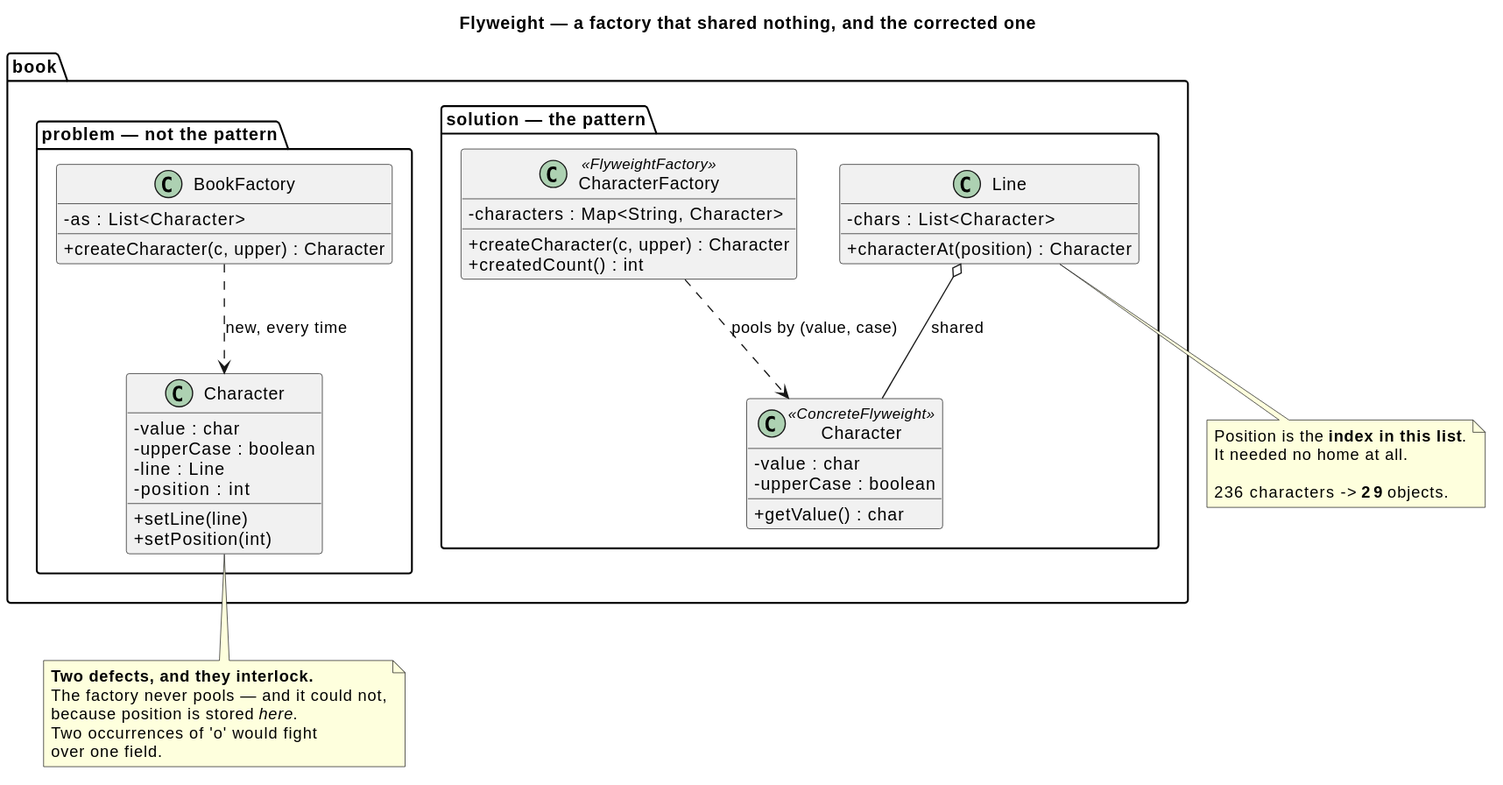
kaldiroglu/DesignPatternsWithJava keeps this PlantUML diagram as src/main/java/dev/kaldiroglu/dp/structural/flyweight/book/uml/Flyweight - Book - Class Diagram.svg. Above is the earlier version. Source of this version:
```plantuml
@startuml
skinparam classAttributeIconSize 0
hide empty members
title Flyweight — a factory that shared nothing, and the corrected one


package "book.problem — not the pattern" {
  class "Character" as PC {
    - value : char
    - upperCase : boolean
    - line : Line
    - position : int
    + setLine(line)
    + setPosition(int)
  }
  class "BookFactory" as PF {
    - as : List<Character>
    + createCharacter(c, upper) : Character
  }
  PF ..> PC : "new, every time"
}

package "book.solution — the pattern" {
  class "Character" as SC <<ConcreteFlyweight>> {
    - value : char
    - upperCase : boolean
    + getValue() : char
  }
  class "CharacterFactory" as SF <<FlyweightFactory>> {
    - characters : Map<String, Character>
    + createCharacter(c, upper) : Character
    + createdCount() : int
  }
  class "Line" as SL {
    - chars : List<Character>
    + characterAt(position) : Character
  }
  SF ..> SC : "pools by (value, case)"
  SL o-- SC : "shared"
}

note bottom of PC
  <b>Two defects, and they interlock.</b>
  The factory never pools — and it could not,
  because position is stored <i>here</i>.
  Two occurrences of 'o' would fight
  over one field.
end note

note bottom of SL
  Position is the <b>index in this list</b>.
  It needed no home at all.

  236 characters -> <b>29</b> objects.
end note
@enduml
```
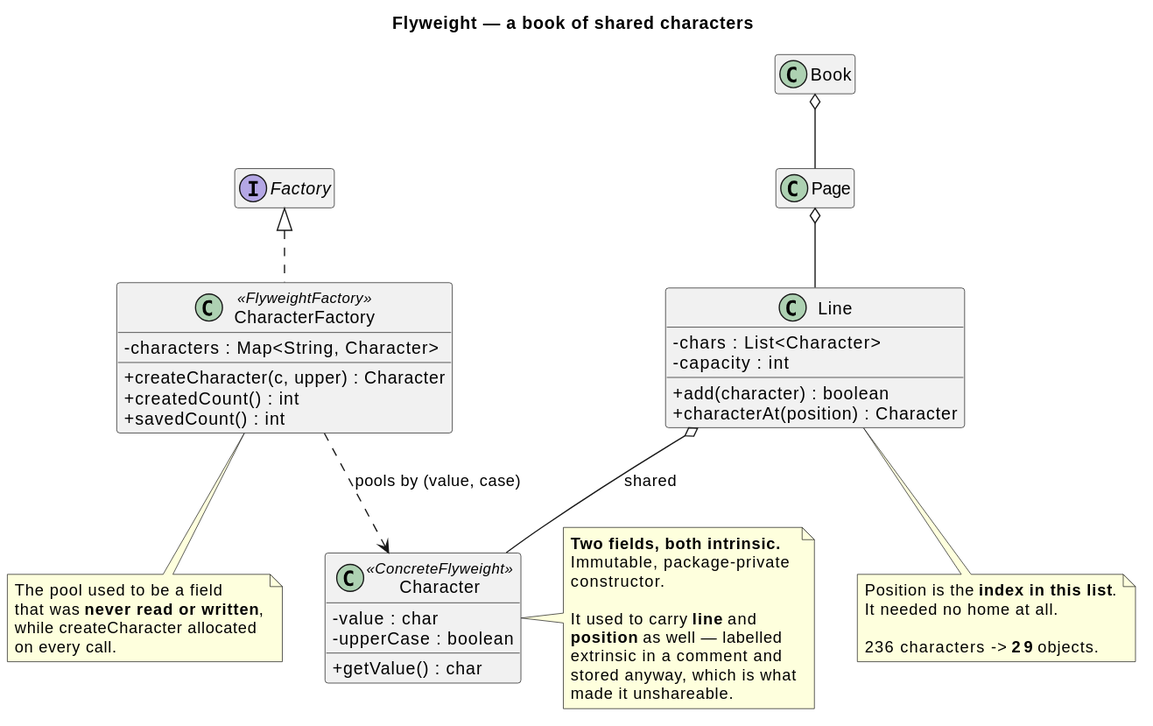
The same file after the commit.

Diff of the diagram source:
```diff
@@ -1,56 +1,61 @@
 @startuml
 skinparam classAttributeIconSize 0
 hide empty members
-title Flyweight — a factory that shared nothing, and the corrected one
+title Flyweight — a book of shared characters
 
 
-package "book.problem — not the pattern" {
-  class "Character" as PC {
-    - value : char
-    - upperCase : boolean
-    - line : Line
-    - position : int
-    + setLine(line)
-    + setPosition(int)
-  }
-  class "BookFactory" as PF {
-    - as : List<Character>
-    + createCharacter(c, upper) : Character
-  }
-  PF ..> PC : "new, every time"
+class Character <<ConcreteFlyweight>> {
+  - value : char
+  - upperCase : boolean
+  + getValue() : char
 }
 
-package "book.solution — the pattern" {
-  class "Character" as SC <<ConcreteFlyweight>> {
-    - value : char
-    - upperCase : boolean
-    + getValue() : char
-  }
-  class "CharacterFactory" as SF <<FlyweightFactory>> {
-    - characters : Map<String, Character>
-    + createCharacter(c, upper) : Character
-    + createdCount() : int
-  }
-  class "Line" as SL {
-    - chars : List<Character>
-    + characterAt(position) : Character
-  }
-  SF ..> SC : "pools by (value, case)"
-  SL o-- SC : "shared"
+class CharacterFactory <<FlyweightFactory>> {
+  - characters : Map<String, Character>
+  + createCharacter(c, upper) : Character
+  + createdCount() : int
+  + savedCount() : int
 }
 
-note bottom of PC
-  <b>Two defects, and they interlock.</b>
-  The factory never pools — and it could not,
-  because position is stored <i>here</i>.
-  Two occurrences of 'o' would fight
-  over one field.
+interface Factory
+class Line {
+  - chars : List<Character>
+  - capacity : int
+  + add(character) : boolean
+  + characterAt(position) : Character
+}
+class Page
+class Book
+
+Factory <|.. CharacterFactory
+CharacterFactory ..> Character : "pools by (value, case)"
+Line o-- Character : "shared"
+Page o-- Line
+Book o-- Page
+
+note right of Character
+  <b>Two fields, both intrinsic.</b>
+  Immutable, package-private
+  constructor.
+
+  It used to carry <b>line</b> and
+  <b>position</b> as well — labelled
+  extrinsic in a comment and
+  stored anyway, which is what
+  made it unshareable.
 end note
 
-note bottom of SL
+note bottom of Line
   Position is the <b>index in this list</b>.
   It needed no home at all.
 
   236 characters -> <b>29</b> objects.
 end note
+
+note bottom of CharacterFactory
+  The pool used to be a field
+  that was <b>never read or written</b>,
+  while createCharacter allocated
+  on every call.
+end note
 @enduml
```
